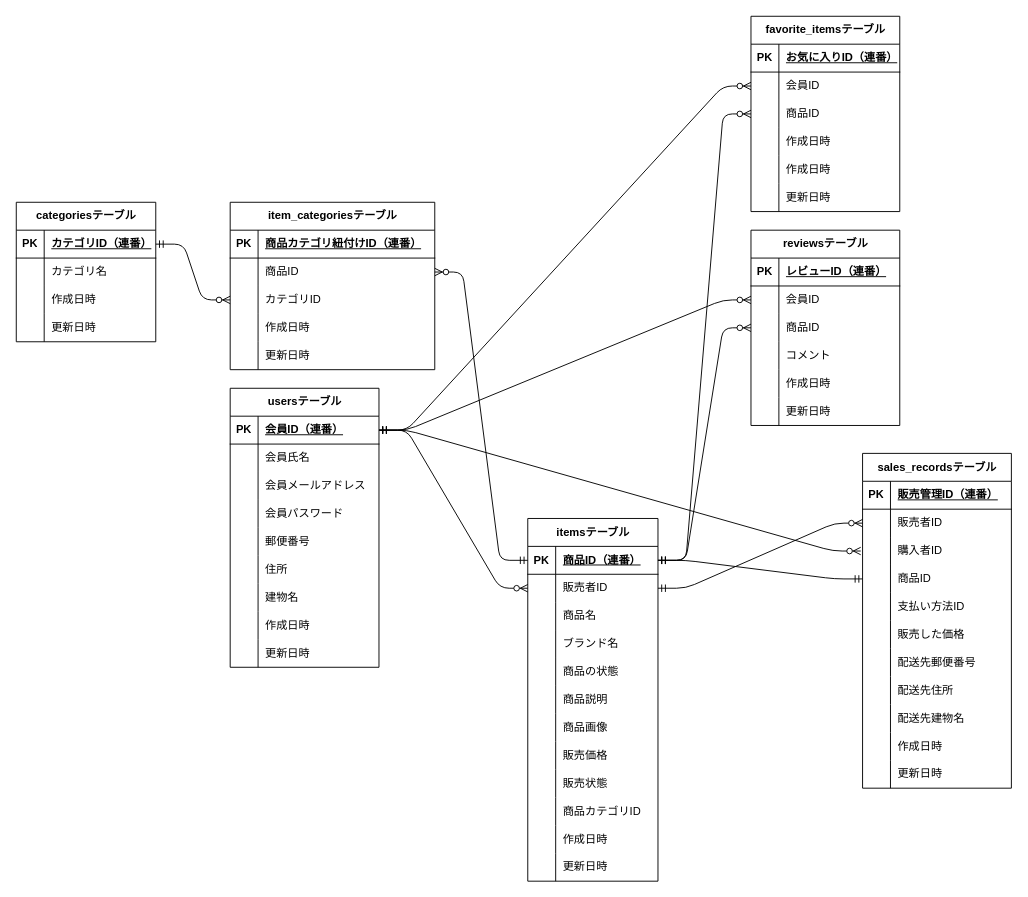
Earlier version of the draw.io diagram erd.drawio (yuichiro-yamada/flea-market-app). Source tidied: cells renumbered, new cells numbered last; positions are measured from the earlier drawing's top-left corner, leaving out a move shared by most shapes. Both pictures are drawn from the tidied source at 93%, with x=0, y=0 at pixel (16, 16).
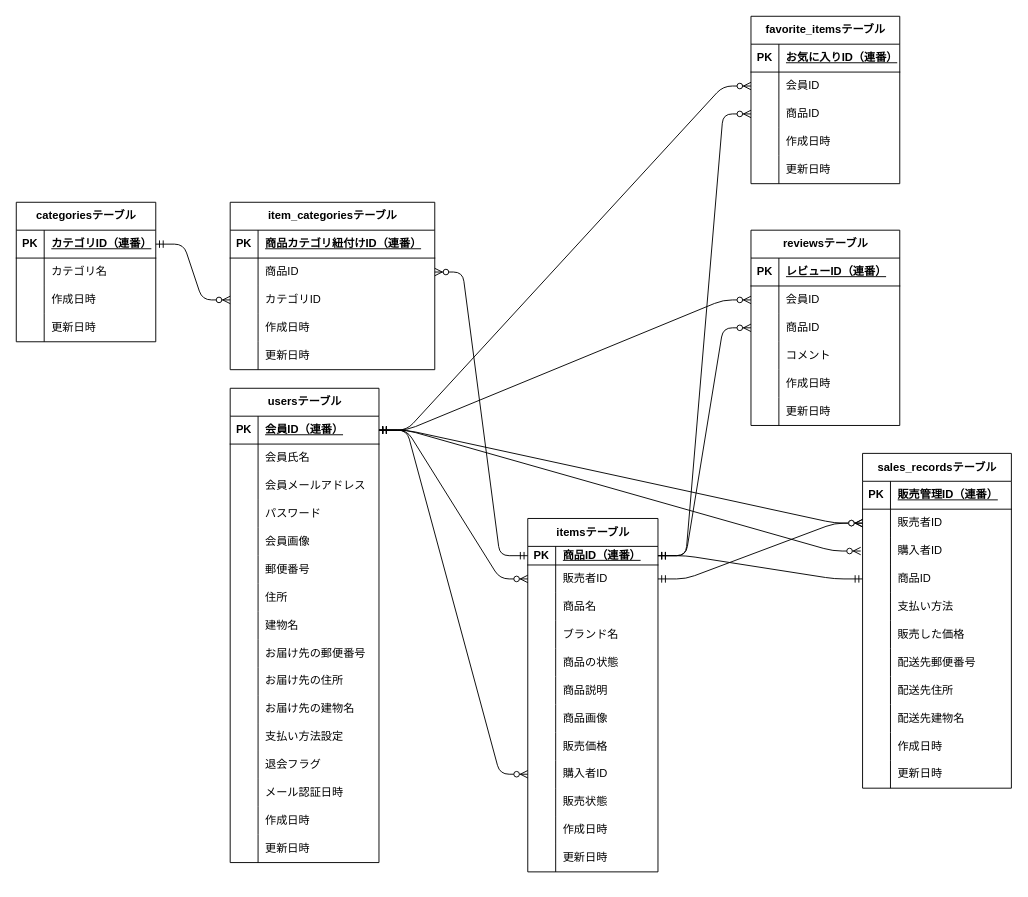
The same diagram, later.

Unchanged cells that the change refers to:
```xml
<mxCell id="94" style="shape=tableRow;horizontal=0;startSize=0;swimlaneHead=0;swimlaneBody=0;fillColor=none;points=[[0,0.5],[1,0.5]];portConstraint=eastwest;top=0;left=0;right=0;bottom=0;" parent="90" vertex="1">
  <mxGeometry y="60" width="160" height="30" as="geometry" />
</mxCell>
<mxCell id="103" style="shape=tableRow;horizontal=0;startSize=0;swimlaneHead=0;swimlaneBody=0;fillColor=none;top=0;left=0;right=0;bottom=0;" parent="90" vertex="1">
  <mxGeometry y="150" width="160" height="30" as="geometry" />
</mxCell>
<mxCell id="129" style="shape=tableRow;horizontal=0;startSize=0;swimlaneHead=0;swimlaneBody=0;fillColor=none;points=[[0,0.5],[1,0.5]];portConstraint=eastwest;top=0;left=0;right=0;bottom=1;" parent="128" vertex="1">
  <mxGeometry y="30" width="160" height="30" as="geometry" />
</mxCell>
<mxCell id="138" style="shape=tableRow;horizontal=0;startSize=0;swimlaneHead=0;swimlaneBody=0;fillColor=none;top=0;left=0;right=0;bottom=0;" parent="128" vertex="1">
  <mxGeometry y="120" width="160" height="30" as="geometry" />
</mxCell>
<mxCell id="141" style="shape=tableRow;horizontal=0;startSize=0;swimlaneHead=0;swimlaneBody=0;fillColor=none;top=0;left=0;right=0;bottom=0;" parent="128" vertex="1">
  <mxGeometry y="150" width="160" height="30" as="geometry" />
</mxCell>
```

What changed in the source:
```diff
@@
     <mxCell id="2" value="itemsテーブル" style="shape=table;startSize=30;childLayout=tableLayout;rowLines=0;fontStyle=1;align=center;html=1;" parent="1" vertex="1">
-      <mxGeometry x="550" y="540" width="140" height="390" as="geometry" />
+      <mxGeometry x="550" y="540" width="140" height="380" as="geometry" />
     </mxCell>
     <mxCell id="3" style="shape=tableRow;horizontal=0;startSize=0;swimlaneHead=0;swimlaneBody=0;fillColor=none;points=[[0,0.5],[1,0.5]];portConstraint=eastwest;top=0;left=0;right=0;bottom=1;" parent="2" vertex="1">
-      <mxGeometry y="30" width="140" height="30" as="geometry" />
+      <mxGeometry y="30" width="140" height="20" as="geometry" />
     </mxCell>
     <mxCell id="4" value="PK" style="shape=partialRectangle;fillColor=none;top=0;left=0;bottom=0;right=0;fontStyle=1;overflow=hidden;whiteSpace=wrap;html=1;" parent="3" vertex="1">
-      <mxGeometry width="30" height="30" as="geometry" />
+      <mxGeometry width="30" height="20" as="geometry" />
     </mxCell>
     <mxCell id="5" value="商品ID（連番）" style="shape=partialRectangle;fillColor=none;top=0;left=0;bottom=0;right=0;align=left;spacingLeft=6;fontStyle=5;overflow=hidden;whiteSpace=wrap;html=1;" parent="3" vertex="1">
-      <mxGeometry x="30" width="110" height="30" as="geometry" />
+      <mxGeometry x="30" width="110" height="20" as="geometry" />
     </mxCell>
     <mxCell id="6" style="shape=tableRow;horizontal=0;startSize=0;swimlaneHead=0;swimlaneBody=0;fillColor=none;points=[[0,0.5],[1,0.5]];portConstraint=eastwest;top=0;left=0;right=0;bottom=0;" parent="2" vertex="1">
-      <mxGeometry y="60" width="140" height="30" as="geometry" />
+      <mxGeometry y="50" width="140" height="30" as="geometry" />
     </mxCell>
@@
     <mxCell id="9" style="shape=tableRow;horizontal=0;startSize=0;swimlaneHead=0;swimlaneBody=0;fillColor=none;top=0;left=0;right=0;bottom=0;" parent="2" vertex="1">
-      <mxGeometry y="90" width="140" height="30" as="geometry" />
+      <mxGeometry y="80" width="140" height="30" as="geometry" />
     </mxCell>
@@
     <mxCell id="12" style="shape=tableRow;horizontal=0;startSize=0;swimlaneHead=0;swimlaneBody=0;fillColor=none;top=0;left=0;right=0;bottom=0;" parent="2" vertex="1">
-      <mxGeometry y="120" width="140" height="30" as="geometry" />
+      <mxGeometry y="110" width="140" height="30" as="geometry" />
     </mxCell>
@@
     <mxCell id="15" style="shape=tableRow;horizontal=0;startSize=0;swimlaneHead=0;swimlaneBody=0;fillColor=none;top=0;left=0;right=0;bottom=0;" parent="2" vertex="1">
-      <mxGeometry y="150" width="140" height="30" as="geometry" />
+      <mxGeometry y="140" width="140" height="30" as="geometry" />
     </mxCell>
@@
     <mxCell id="18" style="shape=tableRow;horizontal=0;startSize=0;swimlaneHead=0;swimlaneBody=0;fillColor=none;top=0;left=0;right=0;bottom=0;" parent="2" vertex="1">
-      <mxGeometry y="180" width="140" height="30" as="geometry" />
+      <mxGeometry y="170" width="140" height="30" as="geometry" />
     </mxCell>
@@
     <mxCell id="21" style="shape=tableRow;horizontal=0;startSize=0;swimlaneHead=0;swimlaneBody=0;fillColor=none;top=0;left=0;right=0;bottom=0;" parent="2" vertex="1">
-      <mxGeometry y="210" width="140" height="30" as="geometry" />
+      <mxGeometry y="200" width="140" height="30" as="geometry" />
     </mxCell>
@@
     <mxCell id="24" style="shape=tableRow;horizontal=0;startSize=0;swimlaneHead=0;swimlaneBody=0;fillColor=none;top=0;left=0;right=0;bottom=0;" parent="2" vertex="1">
-      <mxGeometry y="240" width="140" height="30" as="geometry" />
+      <mxGeometry y="230" width="140" height="30" as="geometry" />
     </mxCell>
@@
+    <mxCell id="30" style="shape=tableRow;horizontal=0;startSize=0;swimlaneHead=0;swimlaneBody=0;fillColor=none;points=[[0,0.5],[1,0.5]];portConstraint=eastwest;top=0;left=0;right=0;bottom=0;" parent="2" vertex="1">
+      <mxGeometry y="260" width="140" height="30" as="geometry" />
+    </mxCell>
+    <mxCell id="31" style="shape=partialRectangle;fillColor=none;top=0;left=0;bottom=0;right=0;overflow=hidden;whiteSpace=wrap;html=1;" parent="30" vertex="1">
+      <mxGeometry width="30" height="30" as="geometry" />
+    </mxCell>
+    <mxCell id="32" value="購入者ID" style="shape=partialRectangle;fillColor=none;top=0;left=0;bottom=0;right=0;align=left;spacingLeft=6;overflow=hidden;whiteSpace=wrap;html=1;" parent="30" vertex="1">
+      <mxGeometry x="30" width="110" height="30" as="geometry" />
+    </mxCell>
     <mxCell id="27" style="shape=tableRow;horizontal=0;startSize=0;swimlaneHead=0;swimlaneBody=0;fillColor=none;top=0;left=0;right=0;bottom=0;" parent="2" vertex="1">
-      <mxGeometry y="270" width="140" height="30" as="geometry" />
+      <mxGeometry y="290" width="140" height="30" as="geometry" />
     </mxCell>
@@
-    <mxCell id="30" style="shape=tableRow;horizontal=0;startSize=0;swimlaneHead=0;swimlaneBody=0;fillColor=none;points=[[0,0.5],[1,0.5]];portConstraint=eastwest;top=0;left=0;right=0;bottom=0;" parent="2" vertex="1">
-      <mxGeometry y="300" width="140" height="30" as="geometry" />
-    </mxCell>
-    <mxCell id="31" style="shape=partialRectangle;fillColor=none;top=0;left=0;bottom=0;right=0;overflow=hidden;whiteSpace=wrap;html=1;" parent="30" vertex="1">
-      <mxGeometry width="30" height="30" as="geometry" />
-    </mxCell>
-    <mxCell id="32" value="商品カテゴリID" style="shape=partialRectangle;fillColor=none;top=0;left=0;bottom=0;right=0;align=left;spacingLeft=6;overflow=hidden;whiteSpace=wrap;html=1;" parent="30" vertex="1">
-      <mxGeometry x="30" width="110" height="30" as="geometry" />
-    </mxCell>
     <mxCell id="33" style="shape=tableRow;horizontal=0;startSize=0;swimlaneHead=0;swimlaneBody=0;fillColor=none;top=0;left=0;right=0;bottom=0;" parent="2" vertex="1">
-      <mxGeometry y="330" width="140" height="30" as="geometry" />
+      <mxGeometry y="320" width="140" height="30" as="geometry" />
     </mxCell>
@@
     <mxCell id="36" style="shape=tableRow;horizontal=0;startSize=0;swimlaneHead=0;swimlaneBody=0;fillColor=none;top=0;left=0;right=0;bottom=0;" parent="2" vertex="1">
-      <mxGeometry y="360" width="140" height="30" as="geometry" />
+      <mxGeometry y="350" width="140" height="30" as="geometry" />
     </mxCell>
@@
     <mxCell id="40" value="favorite_itemsテーブル" style="shape=table;startSize=30;childLayout=tableLayout;rowLines=0;fontStyle=1;align=center;html=1;" parent="1" vertex="1">
-      <mxGeometry x="790" width="160" height="210" as="geometry" />
+      <mxGeometry x="790" width="160" height="180" as="geometry" />
     </mxCell>
@@
-    <mxCell id="53" style="shape=tableRow;horizontal=0;startSize=0;swimlaneHead=0;swimlaneBody=0;fillColor=none;top=0;left=0;right=0;bottom=0;" parent="40" vertex="1">
-      <mxGeometry y="150" width="160" height="30" as="geometry" />
-    </mxCell>
-    <mxCell id="54" style="shape=partialRectangle;fillColor=none;top=0;left=0;bottom=0;right=0;overflow=hidden;whiteSpace=wrap;html=1;" parent="53" vertex="1">
-      <mxGeometry width="30" height="30" as="geometry" />
-    </mxCell>
-    <mxCell id="55" value="作成日時" style="shape=partialRectangle;fillColor=none;top=0;left=0;bottom=0;right=0;align=left;spacingLeft=6;overflow=hidden;whiteSpace=wrap;html=1;" parent="53" vertex="1">
-      <mxGeometry x="30" width="130" height="30" as="geometry" />
-    </mxCell>
     <mxCell id="56" style="shape=tableRow;horizontal=0;startSize=0;swimlaneHead=0;swimlaneBody=0;fillColor=none;top=0;left=0;right=0;bottom=0;" parent="40" vertex="1">
-      <mxGeometry y="180" width="160" height="30" as="geometry" />
+      <mxGeometry y="150" width="160" height="30" as="geometry" />
     </mxCell>
@@
-    <mxCell id="105" value="支払い方法ID" style="shape=partialRectangle;fillColor=none;top=0;left=0;bottom=0;right=0;align=left;spacingLeft=6;overflow=hidden;whiteSpace=wrap;html=1;" parent="103" vertex="1">
+    <mxCell id="105" value="支払い方法" style="shape=partialRectangle;fillColor=none;top=0;left=0;bottom=0;right=0;align=left;spacingLeft=6;overflow=hidden;whiteSpace=wrap;html=1;" parent="103" vertex="1">
       <mxGeometry x="30" width="130" height="30" as="geometry" />
     </mxCell>
@@
     <mxCell id="128" value="usersテーブル" style="shape=table;startSize=30;childLayout=tableLayout;rowLines=0;fontStyle=1;align=center;html=1;" parent="1" vertex="1">
-      <mxGeometry x="230" y="400" width="160" height="300" as="geometry" />
+      <mxGeometry x="230" y="400" width="160" height="510" as="geometry" />
     </mxCell>
@@
-    <mxCell id="140" value="会員パスワード" style="shape=partialRectangle;fillColor=none;top=0;left=0;bottom=0;right=0;align=left;spacingLeft=6;overflow=hidden;whiteSpace=wrap;html=1;" parent="138" vertex="1">
+    <mxCell id="140" value="パスワード" style="shape=partialRectangle;fillColor=none;top=0;left=0;bottom=0;right=0;align=left;spacingLeft=6;overflow=hidden;whiteSpace=wrap;html=1;" parent="138" vertex="1">
       <mxGeometry x="30" width="130" height="30" as="geometry" />
     </mxCell>
@@
-    <mxCell id="143" value="郵便番号" style="shape=partialRectangle;fillColor=none;top=0;left=0;bottom=0;right=0;align=left;spacingLeft=6;overflow=hidden;whiteSpace=wrap;html=1;" parent="141" vertex="1">
+    <mxCell id="143" value="会員画像" style="shape=partialRectangle;fillColor=none;top=0;left=0;bottom=0;right=0;align=left;spacingLeft=6;overflow=hidden;whiteSpace=wrap;html=1;" parent="141" vertex="1">
       <mxGeometry x="30" width="130" height="30" as="geometry" />
     </mxCell>
+    <mxCell id="178" style="shape=tableRow;horizontal=0;startSize=0;swimlaneHead=0;swimlaneBody=0;fillColor=none;top=0;left=0;right=0;bottom=0;" parent="128" vertex="1">
+      <mxGeometry y="180" width="160" height="30" as="geometry" />
+    </mxCell>
+    <mxCell id="179" style="shape=partialRectangle;fillColor=none;top=0;left=0;bottom=0;right=0;overflow=hidden;whiteSpace=wrap;html=1;" parent="178" vertex="1">
+      <mxGeometry width="30" height="30" as="geometry" />
+    </mxCell>
+    <mxCell id="180" value="郵便番号" style="shape=partialRectangle;fillColor=none;top=0;left=0;bottom=0;right=0;align=left;spacingLeft=6;overflow=hidden;whiteSpace=wrap;html=1;" parent="178" vertex="1">
+      <mxGeometry x="30" width="130" height="30" as="geometry" />
+    </mxCell>
     <mxCell id="144" style="shape=tableRow;horizontal=0;startSize=0;swimlaneHead=0;swimlaneBody=0;fillColor=none;top=0;left=0;right=0;bottom=0;" parent="128" vertex="1">
-      <mxGeometry y="180" width="160" height="30" as="geometry" />
+      <mxGeometry y="210" width="160" height="30" as="geometry" />
     </mxCell>
@@
     <mxCell id="147" style="shape=tableRow;horizontal=0;startSize=0;swimlaneHead=0;swimlaneBody=0;fillColor=none;top=0;left=0;right=0;bottom=0;" parent="128" vertex="1">
-      <mxGeometry y="210" width="160" height="30" as="geometry" />
+      <mxGeometry y="240" width="160" height="30" as="geometry" />
     </mxCell>
@@
+    <mxCell id="181" style="shape=tableRow;horizontal=0;startSize=0;swimlaneHead=0;swimlaneBody=0;fillColor=none;top=0;left=0;right=0;bottom=0;" parent="128" vertex="1">
+      <mxGeometry y="270" width="160" height="30" as="geometry" />
+    </mxCell>
+    <mxCell id="182" style="shape=partialRectangle;fillColor=none;top=0;left=0;bottom=0;right=0;overflow=hidden;whiteSpace=wrap;html=1;" parent="181" vertex="1">
+      <mxGeometry width="30" height="30" as="geometry" />
+    </mxCell>
+    <mxCell id="183" value="お届け先の郵便番号" style="shape=partialRectangle;fillColor=none;top=0;left=0;bottom=0;right=0;align=left;spacingLeft=6;overflow=hidden;whiteSpace=wrap;html=1;" parent="181" vertex="1">
+      <mxGeometry x="30" width="130" height="30" as="geometry" />
+    </mxCell>
+    <mxCell id="184" style="shape=tableRow;horizontal=0;startSize=0;swimlaneHead=0;swimlaneBody=0;fillColor=none;top=0;left=0;right=0;bottom=0;" parent="128" vertex="1">
+      <mxGeometry y="300" width="160" height="30" as="geometry" />
+    </mxCell>
+    <mxCell id="185" style="shape=partialRectangle;fillColor=none;top=0;left=0;bottom=0;right=0;overflow=hidden;whiteSpace=wrap;html=1;" parent="184" vertex="1">
+      <mxGeometry width="30" height="30" as="geometry" />
+    </mxCell>
+    <mxCell id="186" value="お届け先の住所" style="shape=partialRectangle;fillColor=none;top=0;left=0;bottom=0;right=0;align=left;spacingLeft=6;overflow=hidden;whiteSpace=wrap;html=1;" parent="184" vertex="1">
+      <mxGeometry x="30" width="130" height="30" as="geometry" />
+    </mxCell>
+    <mxCell id="187" style="shape=tableRow;horizontal=0;startSize=0;swimlaneHead=0;swimlaneBody=0;fillColor=none;top=0;left=0;right=0;bottom=0;" parent="128" vertex="1">
+      <mxGeometry y="330" width="160" height="30" as="geometry" />
+    </mxCell>
+    <mxCell id="188" style="shape=partialRectangle;fillColor=none;top=0;left=0;bottom=0;right=0;overflow=hidden;whiteSpace=wrap;html=1;" parent="187" vertex="1">
+      <mxGeometry width="30" height="30" as="geometry" />
+    </mxCell>
+    <mxCell id="189" value="お届け先の建物名" style="shape=partialRectangle;fillColor=none;top=0;left=0;bottom=0;right=0;align=left;spacingLeft=6;overflow=hidden;whiteSpace=wrap;html=1;" parent="187" vertex="1">
+      <mxGeometry x="30" width="130" height="30" as="geometry" />
+    </mxCell>
+    <mxCell id="190" style="shape=tableRow;horizontal=0;startSize=0;swimlaneHead=0;swimlaneBody=0;fillColor=none;top=0;left=0;right=0;bottom=0;" parent="128" vertex="1">
+      <mxGeometry y="360" width="160" height="30" as="geometry" />
+    </mxCell>
+    <mxCell id="191" style="shape=partialRectangle;fillColor=none;top=0;left=0;bottom=0;right=0;overflow=hidden;whiteSpace=wrap;html=1;" parent="190" vertex="1">
+      <mxGeometry width="30" height="30" as="geometry" />
+    </mxCell>
+    <mxCell id="192" value="支払い方法設定" style="shape=partialRectangle;fillColor=none;top=0;left=0;bottom=0;right=0;align=left;spacingLeft=6;overflow=hidden;whiteSpace=wrap;html=1;" parent="190" vertex="1">
+      <mxGeometry x="30" width="130" height="30" as="geometry" />
+    </mxCell>
+    <mxCell id="193" style="shape=tableRow;horizontal=0;startSize=0;swimlaneHead=0;swimlaneBody=0;fillColor=none;top=0;left=0;right=0;bottom=0;" parent="128" vertex="1">
+      <mxGeometry y="390" width="160" height="30" as="geometry" />
+    </mxCell>
+    <mxCell id="194" style="shape=partialRectangle;fillColor=none;top=0;left=0;bottom=0;right=0;overflow=hidden;whiteSpace=wrap;html=1;" parent="193" vertex="1">
+      <mxGeometry width="30" height="30" as="geometry" />
+    </mxCell>
+    <mxCell id="195" value="退会フラグ" style="shape=partialRectangle;fillColor=none;top=0;left=0;bottom=0;right=0;align=left;spacingLeft=6;overflow=hidden;whiteSpace=wrap;html=1;" parent="193" vertex="1">
+      <mxGeometry x="30" width="130" height="30" as="geometry" />
+    </mxCell>
+    <mxCell id="196" style="shape=tableRow;horizontal=0;startSize=0;swimlaneHead=0;swimlaneBody=0;fillColor=none;top=0;left=0;right=0;bottom=0;" parent="128" vertex="1">
+      <mxGeometry y="420" width="160" height="30" as="geometry" />
+    </mxCell>
+    <mxCell id="197" style="shape=partialRectangle;fillColor=none;top=0;left=0;bottom=0;right=0;overflow=hidden;whiteSpace=wrap;html=1;" parent="196" vertex="1">
+      <mxGeometry width="30" height="30" as="geometry" />
+    </mxCell>
+    <mxCell id="198" value="メール認証日時" style="shape=partialRectangle;fillColor=none;top=0;left=0;bottom=0;right=0;align=left;spacingLeft=6;overflow=hidden;whiteSpace=wrap;html=1;" parent="196" vertex="1">
+      <mxGeometry x="30" width="130" height="30" as="geometry" />
+    </mxCell>
     <mxCell id="150" style="shape=tableRow;horizontal=0;startSize=0;swimlaneHead=0;swimlaneBody=0;fillColor=none;top=0;left=0;right=0;bottom=0;" parent="128" vertex="1">
-      <mxGeometry y="240" width="160" height="30" as="geometry" />
+      <mxGeometry y="450" width="160" height="30" as="geometry" />
     </mxCell>
@@
     <mxCell id="153" style="shape=tableRow;horizontal=0;startSize=0;swimlaneHead=0;swimlaneBody=0;fillColor=none;top=0;left=0;right=0;bottom=0;" parent="128" vertex="1">
-      <mxGeometry y="270" width="160" height="30" as="geometry" />
+      <mxGeometry y="480" width="160" height="30" as="geometry" />
     </mxCell>
@@
+    <mxCell id="199" style="edgeStyle=entityRelationEdgeStyle;fontSize=12;html=1;endArrow=ERzeroToMany;startArrow=ERmandOne;exitX=1;exitY=0.5;exitDx=0;exitDy=0;entryX=0;entryY=0.5;entryDx=0;entryDy=0;" parent="1" edge="1" source="129" target="30">
+      <mxGeometry relative="1" as="geometry" />
+    </mxCell>
+    <mxCell id="200" style="edgeStyle=entityRelationEdgeStyle;fontSize=12;html=1;endArrow=ERzeroToMany;startArrow=ERmandOne;exitX=1;exitY=0.5;exitDx=0;exitDy=0;entryX=0;entryY=0.5;entryDx=0;entryDy=0;" parent="1" edge="1" source="129" target="94">
+      <mxGeometry relative="1" as="geometry" />
+    </mxCell>
```
